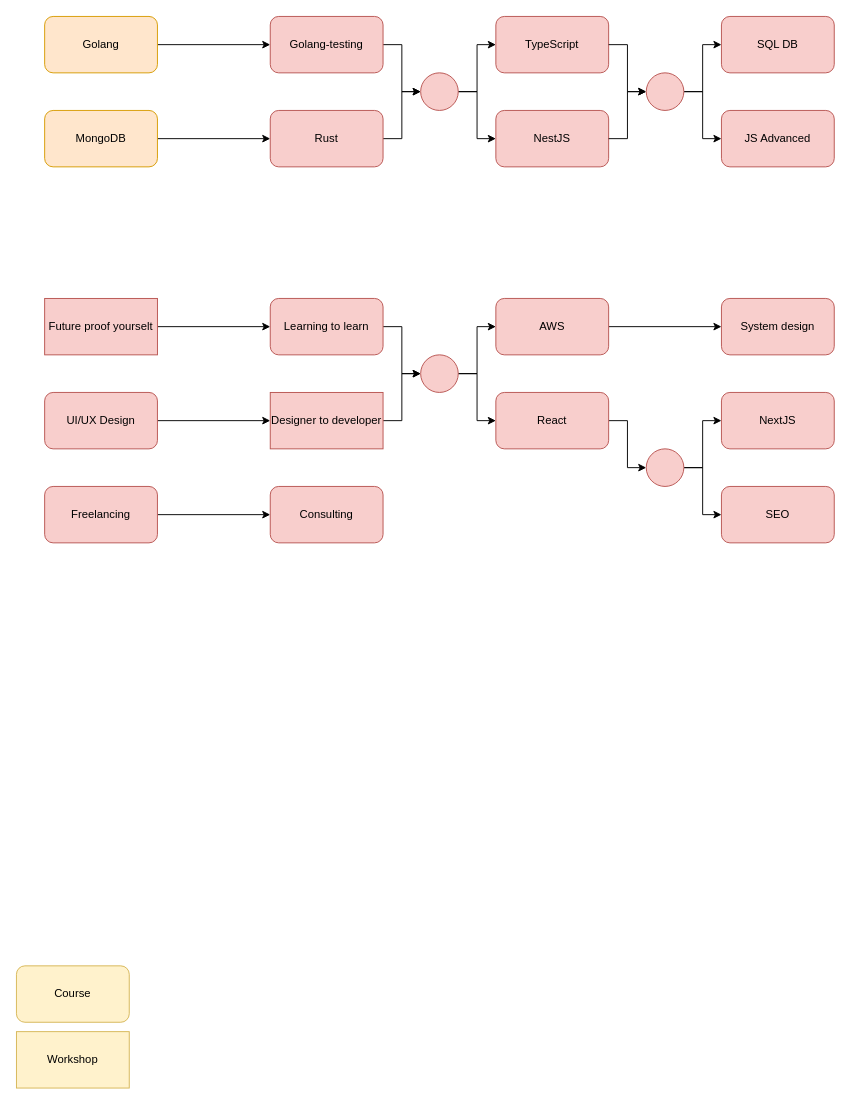
This is study/study_plan.drawio from aeyquem/study_plan, a draw.io file, before an edit. Source tidied: cells renumbered, new cells numbered last; positions are measured from the earlier drawing's top-left corner, leaving out a move shared by most shapes. Both pictures are drawn from the tidied source at 94%, with x=0, y=0 at pixel (16, 16).
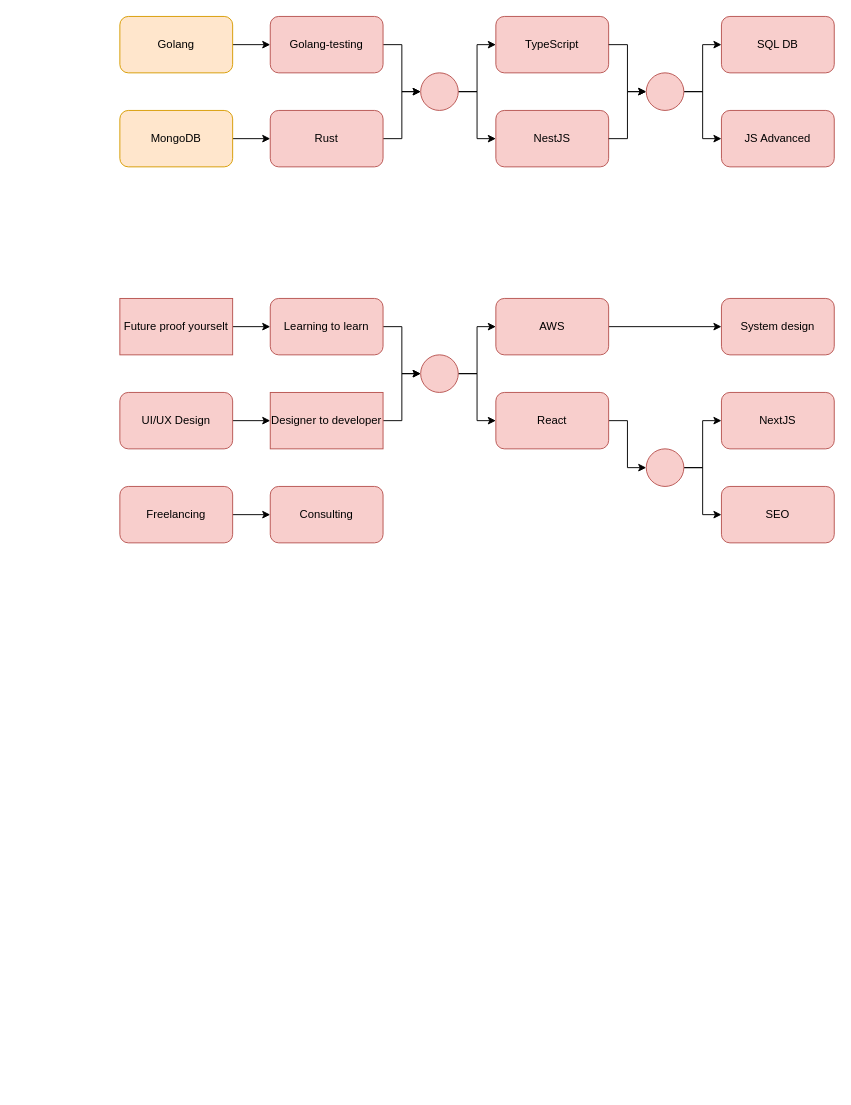
After the change.

What changed in the source:
```diff
@@
     <mxCell id="3" value="Golang" style="rounded=1;whiteSpace=wrap;html=1;fillColor=#ffe6cc;strokeColor=#d79b00;perimeter=rectanglePerimeter;glass=0;shadow=0;gradientColor=none;gradientDirection=north;" parent="1" vertex="1">
-      <mxGeometry x="30" width="120" height="60" as="geometry" />
+      <mxGeometry x="110" width="120" height="60" as="geometry" />
     </mxCell>
@@
     <mxCell id="11" value="UI/UX Design" style="rounded=1;whiteSpace=wrap;html=1;fillColor=#f8cecc;strokeColor=#b85450;" parent="1" vertex="1">
-      <mxGeometry x="30" y="400" width="120" height="60" as="geometry" />
+      <mxGeometry x="110" y="400" width="120" height="60" as="geometry" />
     </mxCell>
@@
     <mxCell id="18" value="Freelancing" style="rounded=1;whiteSpace=wrap;html=1;fillColor=#f8cecc;strokeColor=#b85450;" parent="1" vertex="1">
-      <mxGeometry x="30" y="500" width="120" height="60" as="geometry" />
+      <mxGeometry x="110" y="500" width="120" height="60" as="geometry" />
     </mxCell>
@@
     <mxCell id="25" value="Future proof yourselt" style="rounded=0;whiteSpace=wrap;html=1;fillColor=#f8cecc;strokeColor=#b85450;" parent="1" vertex="1">
-      <mxGeometry x="30" y="300" width="120" height="60" as="geometry" />
+      <mxGeometry x="110" y="300" width="120" height="60" as="geometry" />
     </mxCell>
-    <mxCell id="26" value="Course" style="rounded=1;whiteSpace=wrap;html=1;fillColor=#fff2cc;strokeColor=#d6b656;" parent="1" vertex="1">
-      <mxGeometry y="1010" width="120" height="60" as="geometry" />
-    </mxCell>
-    <mxCell id="27" value="Workshop" style="rounded=0;whiteSpace=wrap;html=1;fillColor=#fff2cc;strokeColor=#d6b656;" parent="1" vertex="1">
-      <mxGeometry y="1080" width="120" height="60" as="geometry" />
-    </mxCell>
@@
     <mxCell id="44" value="MongoDB" style="rounded=1;whiteSpace=wrap;html=1;fillColor=#ffe6cc;strokeColor=#d79b00;" parent="1" vertex="1">
-      <mxGeometry x="30" y="100" width="120" height="60" as="geometry" />
+      <mxGeometry x="110" y="100" width="120" height="60" as="geometry" />
     </mxCell>
```
